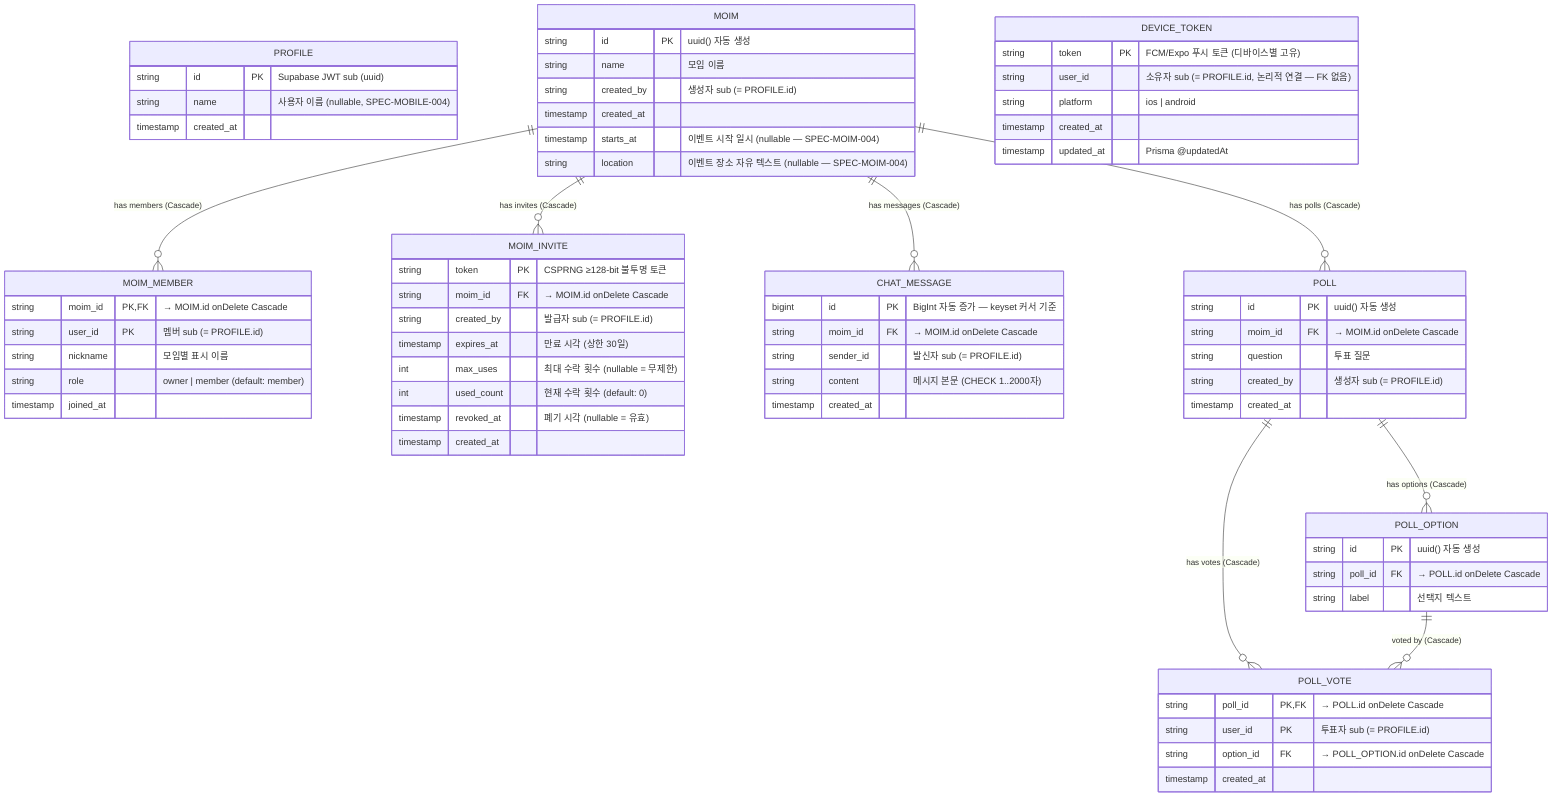
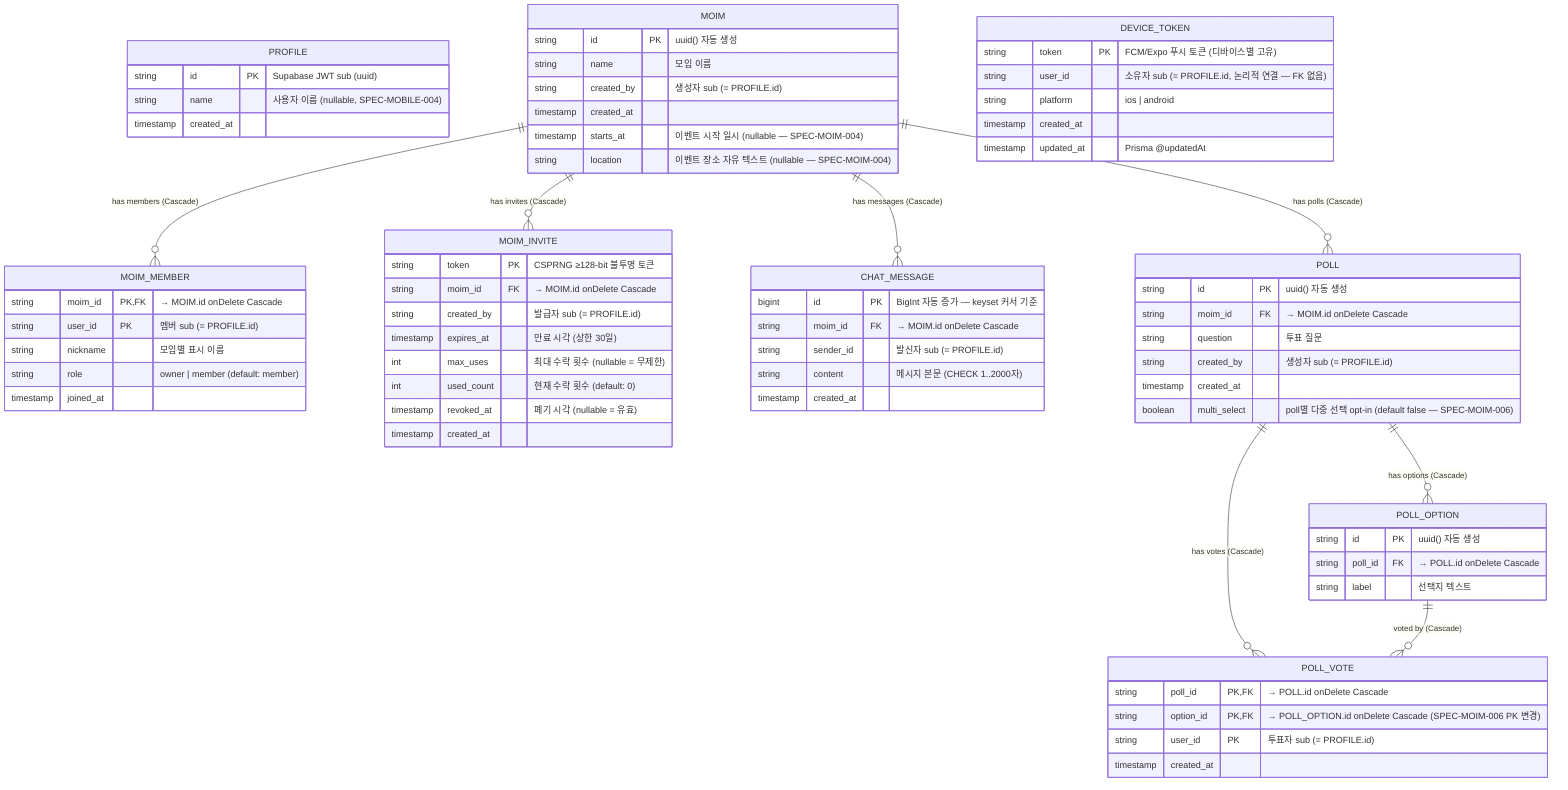
%% Mermaid ER diagram — 수동 갱신 (db.yaml auto-sync 비활성)
%% 기준: apps/backend/prisma/schema.prisma + 마이그레이션 파일
- %% 최종 갱신: 2026-06-19 (SPEC-MOIM-005 sync — Poll/PollOption/PollVote 3 테이블 추가)
+ %% 최종 갱신: 2026-06-20 (SPEC-MOIM-006 sync — Poll.multiSelect 추가 + PollVote PK 변경)
erDiagram
    PROFILE {
        string id PK "Supabase JWT sub (uuid)"
        string name "사용자 이름 (nullable, SPEC-MOBILE-004)"
        timestamp created_at
    }

    MOIM {
        string id PK "uuid() 자동 생성"
        string name "모임 이름"
        string created_by "생성자 sub (= PROFILE.id)"
        timestamp created_at
        timestamp starts_at "이벤트 시작 일시 (nullable — SPEC-MOIM-004)"
        string location "이벤트 장소 자유 텍스트 (nullable — SPEC-MOIM-004)"
    }

    MOIM_MEMBER {
        string moim_id PK,FK "→ MOIM.id onDelete Cascade"
        string user_id PK "멤버 sub (= PROFILE.id)"
        string nickname "모임별 표시 이름"
        string role "owner | member (default: member)"
        timestamp joined_at
    }

    MOIM_INVITE {
        string token PK "CSPRNG ≥128-bit 불투명 토큰"
        string moim_id FK "→ MOIM.id onDelete Cascade"
        string created_by "발급자 sub (= PROFILE.id)"
        timestamp expires_at "만료 시각 (상한 30일)"
        int max_uses "최대 수락 횟수 (nullable = 무제한)"
        int used_count "현재 수락 횟수 (default: 0)"
        timestamp revoked_at "폐기 시각 (nullable = 유효)"
        timestamp created_at
    }

    CHAT_MESSAGE {
        bigint id PK "BigInt 자동 증가 — keyset 커서 기준"
        string moim_id FK "→ MOIM.id onDelete Cascade"
        string sender_id "발신자 sub (= PROFILE.id)"
        string content "메시지 본문 (CHECK 1..2000자)"
        timestamp created_at
    }

    DEVICE_TOKEN {
        string token PK "FCM/Expo 푸시 토큰 (디바이스별 고유)"
        string user_id "소유자 sub (= PROFILE.id, 논리적 연결 — FK 없음)"
        string platform "ios | android"
        timestamp created_at
        timestamp updated_at "Prisma @updatedAt"
    }

    POLL {
        string id PK "uuid() 자동 생성"
        string moim_id FK "→ MOIM.id onDelete Cascade"
        string question "투표 질문"
        string created_by "생성자 sub (= PROFILE.id)"
        timestamp created_at
+         boolean multi_select "poll별 다중 선택 opt-in (default false — SPEC-MOIM-006)"
    }

    POLL_OPTION {
        string id PK "uuid() 자동 생성"
        string poll_id FK "→ POLL.id onDelete Cascade"
        string label "선택지 텍스트"
    }

    POLL_VOTE {
        string poll_id PK,FK "→ POLL.id onDelete Cascade"
+         string option_id PK,FK "→ POLL_OPTION.id onDelete Cascade (SPEC-MOIM-006 PK 변경)"
        string user_id PK "투표자 sub (= PROFILE.id)"
-         string option_id FK "→ POLL_OPTION.id onDelete Cascade"
        timestamp created_at
    }

    MOIM ||--o{ MOIM_MEMBER : "has members (Cascade)"
    MOIM ||--o{ MOIM_INVITE : "has invites (Cascade)"
    MOIM ||--o{ CHAT_MESSAGE : "has messages (Cascade)"
    MOIM ||--o{ POLL : "has polls (Cascade)"
    POLL ||--o{ POLL_OPTION : "has options (Cascade)"
    POLL ||--o{ POLL_VOTE : "has votes (Cascade)"
    POLL_OPTION ||--o{ POLL_VOTE : "voted by (Cascade)"
